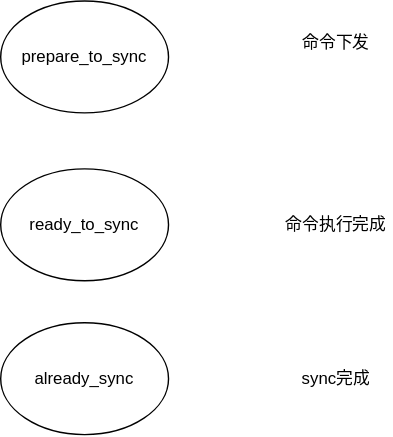
Earlier version of the draw.io export tc_服务端命令执行状态转换.svg (c17abab/diag_pics). Source tidied: cells renumbered, new cells last; positions are measured from the earlier drawing's top-left corner, leaving out a move shared by most shapes.
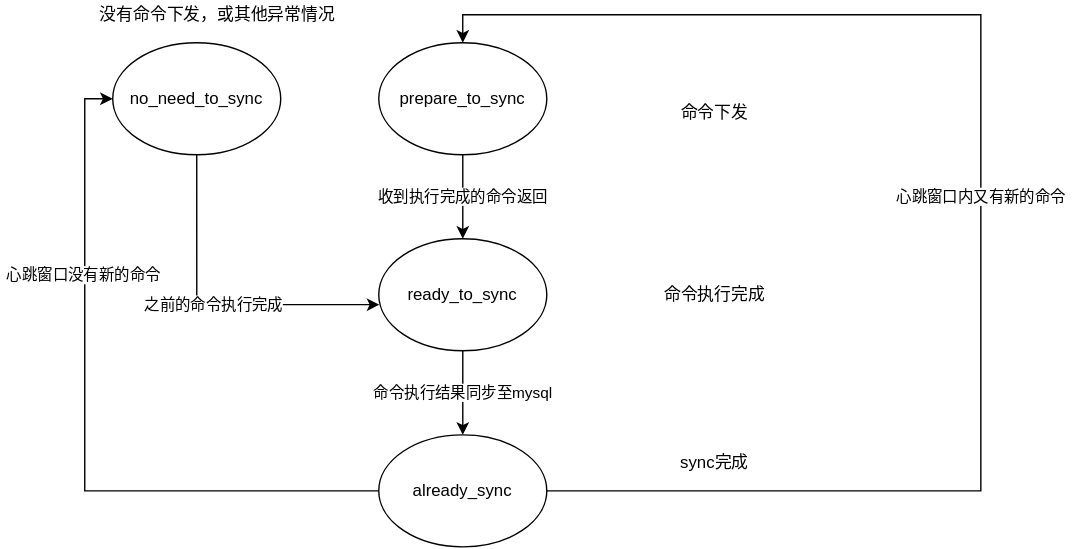
Above is the later version.

Commit message:
更新tc_服务端命令执行状态转换.svg

What changed in the source:
```diff
@@ -2,14 +2,35 @@
   <root>
     <mxCell id="0" />
     <mxCell id="1" parent="0" />
+    <mxCell id="8" value="命令执行结果同步至mysql" style="edgeStyle=orthogonalEdgeStyle;rounded=0;jettySize=auto;html=1;" parent="1" edge="1" source="2" target="3">
+      <mxGeometry relative="1" as="geometry" />
+    </mxCell>
     <mxCell id="2" value="ready_to_sync" style="ellipse;whiteSpace=wrap;html=1;rounded=1;" parent="1" vertex="1">
       <mxGeometry y="120" width="120" height="80" as="geometry" />
     </mxCell>
+    <mxCell id="9" value="心跳窗口内又有新的命令" style="edgeStyle=orthogonalEdgeStyle;rounded=0;jettySize=auto;html=1;entryX=0.5;entryY=0;entryDx=0;entryDy=0;" parent="1" edge="1" source="3" target="4">
+      <mxGeometry relative="1" as="geometry">
+        <Array as="points">
+          <mxPoint x="430" y="300" />
+          <mxPoint x="430" y="-40" />
+          <mxPoint x="60" y="-40" />
+        </Array>
+      </mxGeometry>
+    </mxCell>
+    <mxCell id="10" style="edgeStyle=orthogonalEdgeStyle;rounded=0;jettySize=auto;html=1;entryX=0;entryY=0.5;entryDx=0;entryDy=0;" parent="1" edge="1" source="3" target="14">
+      <mxGeometry relative="1" as="geometry" />
+    </mxCell>
+    <mxCell id="11" value="心跳窗口没有新的命令" style="edgeLabel;html=1;align=center;verticalAlign=middle;" parent="10" vertex="1">
+      <mxGeometry x="0.43" y="1" relative="1" as="geometry" />
+    </mxCell>
     <mxCell id="3" value="already_sync" style="ellipse;whiteSpace=wrap;html=1;rounded=1;" parent="1" vertex="1">
-      <mxGeometry y="230" width="120" height="80" as="geometry" />
+      <mxGeometry y="260" width="120" height="80" as="geometry" />
     </mxCell>
+    <mxCell id="12" value="收到执行完成的命令返回" style="edgeStyle=orthogonalEdgeStyle;rounded=0;jettySize=auto;html=1;" parent="1" edge="1" source="4" target="2">
+      <mxGeometry relative="1" as="geometry" />
+    </mxCell>
     <mxCell id="4" value="prepare_to_sync" style="ellipse;whiteSpace=wrap;html=1;rounded=1;" parent="1" vertex="1">
-      <mxGeometry width="120" height="80" as="geometry" />
+      <mxGeometry y="-20" width="120" height="80" as="geometry" />
     </mxCell>
     <mxCell id="5" value="命令下发" style="text;html=1;strokeColor=none;fillColor=none;align=center;verticalAlign=middle;whiteSpace=wrap;rounded=0;" parent="1" vertex="1">
       <mxGeometry x="200" y="20" width="80" height="20" as="geometry" />
@@ -18,7 +39,20 @@
       <mxGeometry x="200" y="150" width="80" height="20" as="geometry" />
     </mxCell>
     <mxCell id="7" value="sync完成" style="text;html=1;strokeColor=none;fillColor=none;align=center;verticalAlign=middle;whiteSpace=wrap;rounded=0;" parent="1" vertex="1">
-      <mxGeometry x="200" y="260" width="80" height="20" as="geometry" />
+      <mxGeometry x="200" y="270" width="80" height="20" as="geometry" />
     </mxCell>
+    <mxCell id="13" value="之前的命令执行完成" style="edgeStyle=orthogonalEdgeStyle;rounded=0;jettySize=auto;html=1;entryX=0.004;entryY=0.588;entryDx=0;entryDy=0;entryPerimeter=0;" parent="1" edge="1" source="14" target="2">
+      <mxGeometry relative="1" as="geometry">
+        <Array as="points">
+          <mxPoint x="-130" y="167" />
+        </Array>
+      </mxGeometry>
+    </mxCell>
+    <mxCell id="14" value="no_need_to_sync" style="ellipse;whiteSpace=wrap;html=1;rounded=1;" parent="1" vertex="1">
+      <mxGeometry x="-190" y="-20" width="120" height="80" as="geometry" />
+    </mxCell>
+    <mxCell id="15" value="没有命令下发，或其他异常情况" style="text;html=1;strokeColor=none;fillColor=none;align=center;verticalAlign=middle;whiteSpace=wrap;rounded=0;" parent="1" vertex="1">
+      <mxGeometry x="-200" y="-50" width="170" height="20" as="geometry" />
+    </mxCell>
   </root>
 </mxGraphModel>
```
